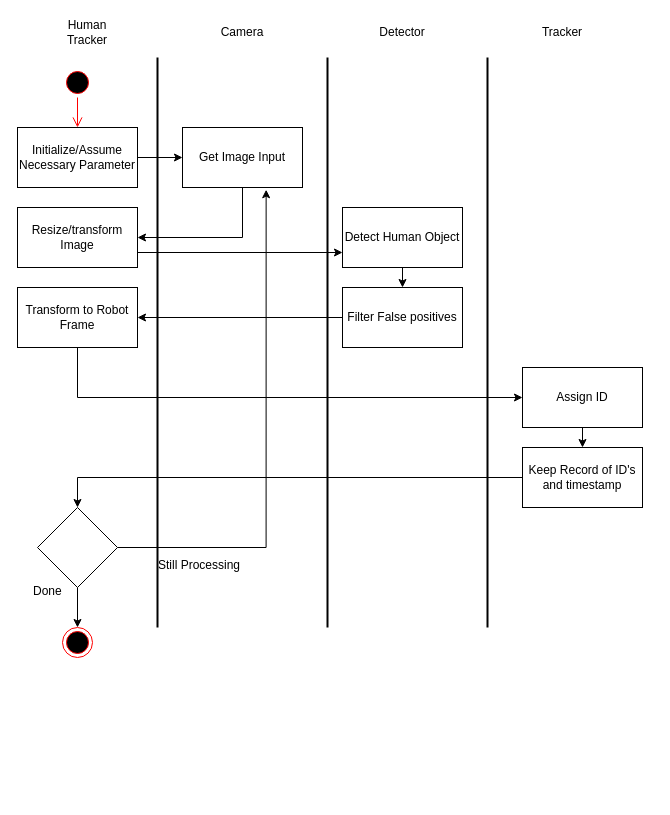
Before: submission/uml/Source_Activiy.drawio in danielforever/ENPM808X_Midterm_Proposal, a draw.io diagram. Source tidied: cells renumbered, new cells numbered last; positions are measured from the earlier drawing's top-left corner, leaving out a move shared by most shapes. Both pictures are drawn from the tidied source at 100%, with x=0, y=0 at pixel (17, 17).
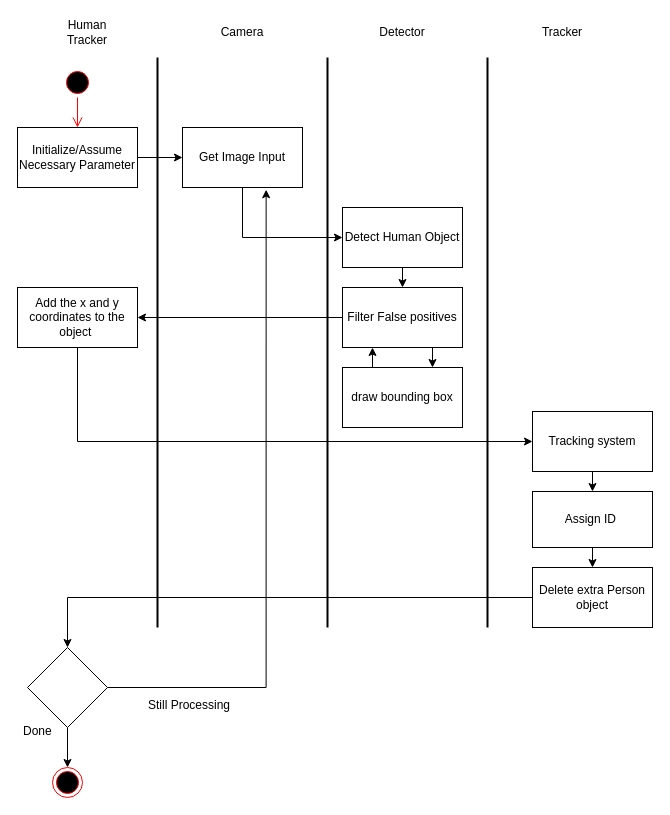
The same page after the edit.

Commit message:
change class diagram and adjust the class member in the c and header file.

The change refers to these unchanged cells:
```xml
<mxCell id="14" value="Get Image Input" style="rounded=0;whiteSpace=wrap;html=1;" parent="1" vertex="1">
  <mxGeometry x="165" y="110" width="120" height="60" as="geometry" />
</mxCell>
<mxCell id="18" value="Detect Human Object" style="rounded=0;whiteSpace=wrap;html=1;" parent="1" vertex="1">
  <mxGeometry x="325" y="190" width="120" height="60" as="geometry" />
</mxCell>
<mxCell id="20" value="Filter False positives" style="rounded=0;whiteSpace=wrap;html=1;" parent="1" vertex="1">
  <mxGeometry x="325" y="270" width="120" height="60" as="geometry" />
</mxCell>
```

Diff of the diagram source:
```diff
@@
-    <mxCell id="13" style="edgeStyle=orthogonalEdgeStyle;rounded=0;jettySize=auto;html=1;exitX=0.5;exitY=1;exitDx=0;exitDy=0;entryX=1;entryY=0.5;entryDx=0;entryDy=0;" parent="1" edge="1" source="14" target="16">
+    <mxCell id="13" style="edgeStyle=orthogonalEdgeStyle;rounded=0;jettySize=auto;html=1;exitX=0.5;exitY=1;exitDx=0;exitDy=0;entryX=0;entryY=0.5;entryDx=0;entryDy=0;" parent="1" edge="1" source="14" target="18">
       <mxGeometry relative="1" as="geometry" />
     </mxCell>
@@
-    <mxCell id="15" style="edgeStyle=orthogonalEdgeStyle;rounded=0;jettySize=auto;html=1;exitX=1;exitY=0.75;exitDx=0;exitDy=0;entryX=0;entryY=0.75;entryDx=0;entryDy=0;" parent="1" edge="1" source="16" target="18">
-      <mxGeometry relative="1" as="geometry" />
-    </mxCell>
-    <mxCell id="16" value="Resize/transform Image" style="rounded=0;whiteSpace=wrap;html=1;" parent="1" vertex="1">
-      <mxGeometry y="190" width="120" height="60" as="geometry" />
-    </mxCell>
@@
+    <mxCell id="33" style="edgeStyle=orthogonalEdgeStyle;rounded=0;jettySize=auto;html=1;exitX=0.75;exitY=1;exitDx=0;exitDy=0;entryX=0.75;entryY=0;entryDx=0;entryDy=0;" parent="1" edge="1" source="20" target="36">
+      <mxGeometry relative="1" as="geometry" />
+    </mxCell>
@@
-    <mxCell id="22" value="Transform to Robot Frame" style="rounded=0;whiteSpace=wrap;html=1;" parent="1" vertex="1">
+    <mxCell id="22" value="Add the x and y coordinates to the object&amp;nbsp;" style="rounded=0;whiteSpace=wrap;html=1;" parent="1" vertex="1">
       <mxGeometry y="270" width="120" height="60" as="geometry" />
     </mxCell>
@@
-    <mxCell id="24" value="Assign ID" style="rounded=0;whiteSpace=wrap;html=1;" parent="1" vertex="1">
-      <mxGeometry x="505" y="350" width="120" height="60" as="geometry" />
+    <mxCell id="24" value="Tracking system" style="rounded=0;whiteSpace=wrap;html=1;" parent="1" vertex="1">
+      <mxGeometry x="515" y="394" width="120" height="60" as="geometry" />
     </mxCell>
-    <mxCell id="25" style="edgeStyle=orthogonalEdgeStyle;rounded=0;jettySize=auto;html=1;exitX=0;exitY=0.5;exitDx=0;exitDy=0;entryX=0.5;entryY=0;entryDx=0;entryDy=0;" parent="1" edge="1" source="26" target="29">
+    <mxCell id="25" style="edgeStyle=orthogonalEdgeStyle;rounded=0;jettySize=auto;html=1;exitX=0;exitY=0.5;exitDx=0;exitDy=0;entryX=0.5;entryY=0;entryDx=0;entryDy=0;" parent="1" edge="1" source="37" target="29">
       <mxGeometry relative="1" as="geometry" />
     </mxCell>
+    <mxCell id="34" style="edgeStyle=orthogonalEdgeStyle;rounded=0;jettySize=auto;html=1;exitX=0.5;exitY=1;exitDx=0;exitDy=0;entryX=0.5;entryY=0;entryDx=0;entryDy=0;" parent="1" edge="1" source="26" target="37">
+      <mxGeometry relative="1" as="geometry" />
+    </mxCell>
-    <mxCell id="26" value="Keep Record of ID's and timestamp" style="rounded=0;whiteSpace=wrap;html=1;" parent="1" vertex="1">
-      <mxGeometry x="505" y="430" width="120" height="60" as="geometry" />
+    <mxCell id="26" value="Assign ID&amp;nbsp;" style="rounded=0;whiteSpace=wrap;html=1;" parent="1" vertex="1">
+      <mxGeometry x="515" y="474" width="120" height="56" as="geometry" />
     </mxCell>
@@
     <mxCell id="29" style="rhombus;whiteSpace=wrap;html=1;" parent="1" vertex="1">
-      <mxGeometry x="20" y="490" width="80" height="80" as="geometry" />
+      <mxGeometry x="10" y="630" width="80" height="80" as="geometry" />
     </mxCell>
     <mxCell id="30" style="ellipse;html=1;shape=endState;fillColor=#000000;strokeColor=#ff0000;" parent="1" vertex="1">
-      <mxGeometry x="45" y="610" width="30" height="30" as="geometry" />
+      <mxGeometry x="35" y="750" width="30" height="30" as="geometry" />
     </mxCell>
     <mxCell id="31" value="Done" style="text;strokeColor=none;fillColor=none;align=left;verticalAlign=top;spacingLeft=4;spacingRight=4;overflow=hidden;" parent="1" vertex="1">
-      <mxGeometry x="10" y="560" width="100" height="26" as="geometry" />
+      <mxGeometry y="700" width="100" height="26" as="geometry" />
     </mxCell>
     <mxCell id="32" value="Still Processing" style="text;strokeColor=none;fillColor=none;align=left;verticalAlign=top;spacingLeft=4;spacingRight=4;overflow=hidden;" parent="1" vertex="1">
-      <mxGeometry x="135" y="534" width="100" height="26" as="geometry" />
+      <mxGeometry x="125" y="674" width="100" height="26" as="geometry" />
     </mxCell>
+    <mxCell id="35" style="edgeStyle=orthogonalEdgeStyle;rounded=0;jettySize=auto;html=1;exitX=0.25;exitY=0;exitDx=0;exitDy=0;entryX=0.25;entryY=1;entryDx=0;entryDy=0;" parent="1" edge="1" source="36" target="20">
+      <mxGeometry relative="1" as="geometry" />
+    </mxCell>
+    <mxCell id="36" value="draw bounding box" style="rounded=0;whiteSpace=wrap;html=1;" parent="1" vertex="1">
+      <mxGeometry x="325" y="350" width="120" height="60" as="geometry" />
+    </mxCell>
+    <mxCell id="37" value="Delete extra Person object" style="rounded=0;whiteSpace=wrap;html=1;" parent="1" vertex="1">
+      <mxGeometry x="515" y="550" width="120" height="60" as="geometry" />
+    </mxCell>
```
